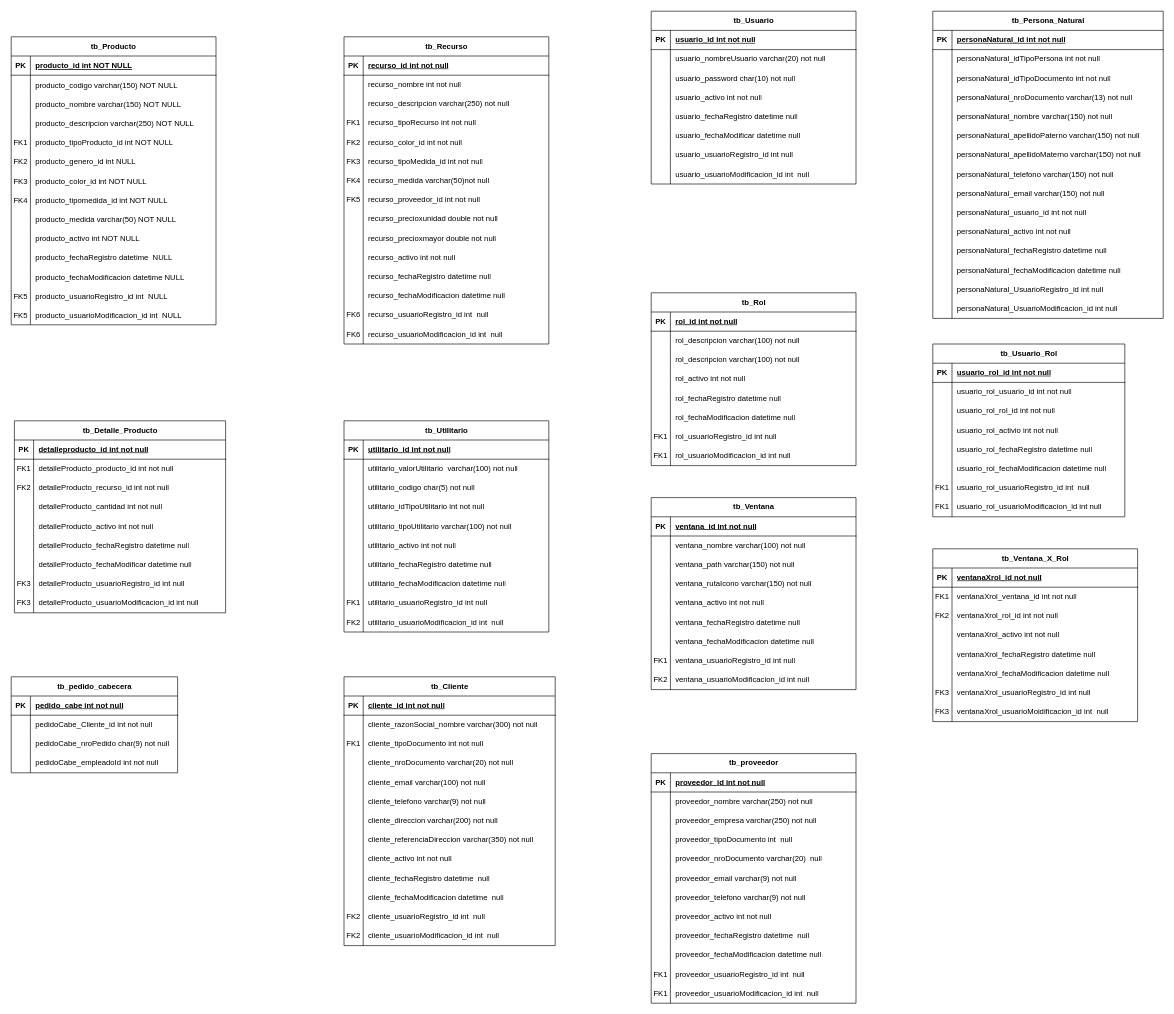
Above: BD/Diagrama_Entidad_Relacion_RAGOSISTVEN.drawio in robertrayco/sistemaVentasRaGo (draw.io), before the change. Source tidied: cells renumbered, new cells numbered last; positions are measured from the earlier drawing's top-left corner, leaving out a move shared by most shapes. Both pictures are drawn from the tidied source at 64%, with x=0, y=0 at pixel (11, 11).
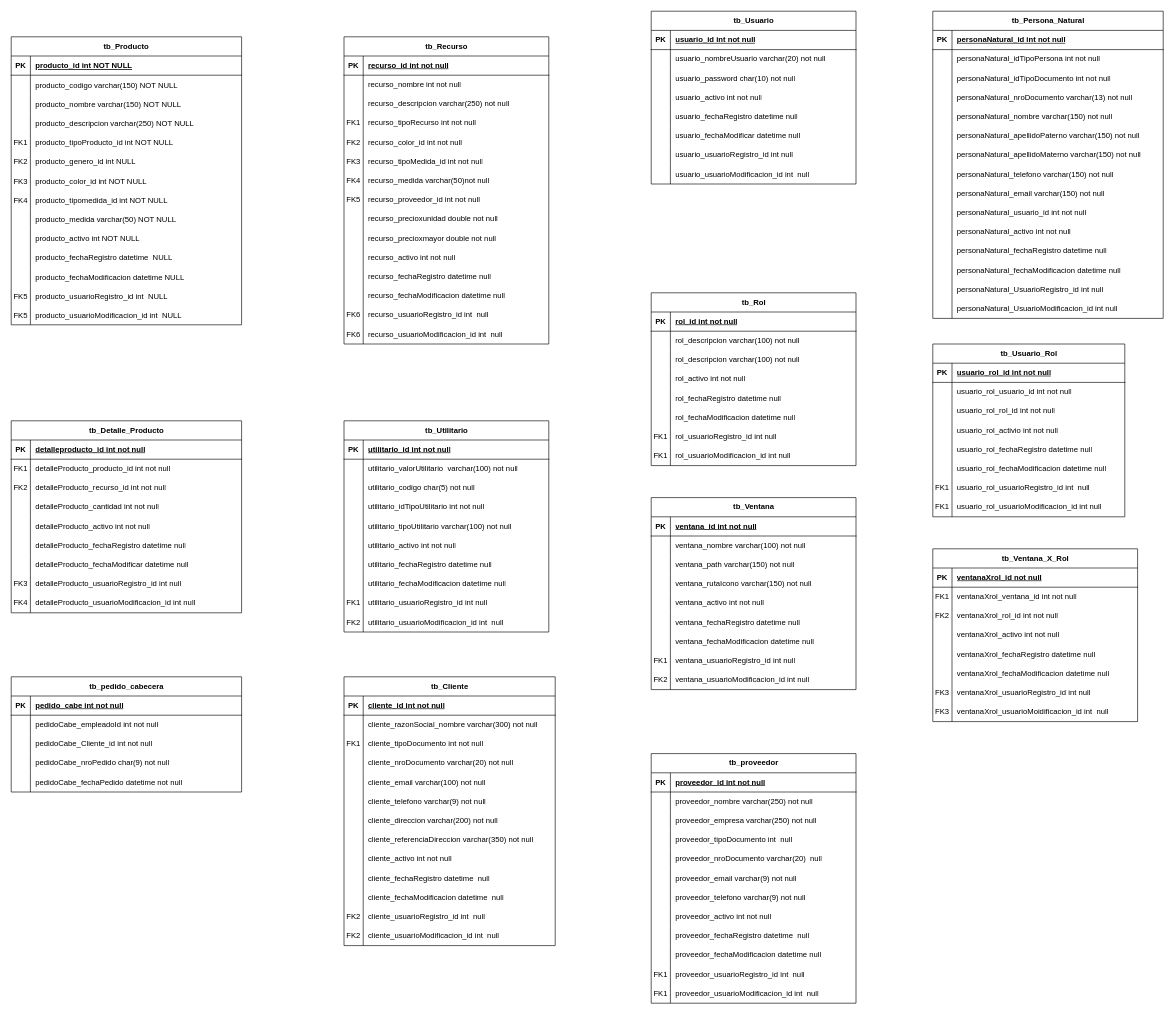
Above is the later version.

Change to the diagram source:
```diff
@@
     <mxCell id="33" value="tb_Producto" style="shape=table;startSize=30;childLayout=tableLayout;rowLines=0;fontStyle=1;align=center;" parent="1" vertex="1">
-      <mxGeometry y="40" width="320" height="450" as="geometry" />
+      <mxGeometry y="40" width="360" height="450" as="geometry" />
     </mxCell>
     <mxCell id="34" style="shape=partialRectangle;fillColor=none;top=0;left=0;right=0;bottom=1;" parent="33" vertex="1">
-      <mxGeometry y="30" width="320" height="30" as="geometry" />
+      <mxGeometry y="30" width="360" height="30" as="geometry" />
     </mxCell>
@@
     <mxCell id="36" value="producto_id int NOT NULL " style="shape=partialRectangle;overflow=hidden;fillColor=none;top=0;left=0;bottom=0;right=0;align=left;spacingLeft=6;fontStyle=5;" parent="34" vertex="1">
-      <mxGeometry x="30" width="290" height="30" as="geometry" />
+      <mxGeometry x="30" width="330" height="30" as="geometry" />
     </mxCell>
     <mxCell id="37" style="shape=partialRectangle;fillColor=none;top=0;left=0;right=0;bottom=0;strokeColor=default;" parent="33" vertex="1">
-      <mxGeometry y="60" width="320" height="30" as="geometry" />
+      <mxGeometry y="60" width="360" height="30" as="geometry" />
     </mxCell>
@@
     <mxCell id="39" value="producto_codigo varchar(150) NOT NULL" style="shape=partialRectangle;overflow=hidden;fillColor=none;top=0;left=0;bottom=0;right=0;align=left;spacingLeft=6;" parent="37" vertex="1">
-      <mxGeometry x="30" width="290" height="30" as="geometry" />
+      <mxGeometry x="30" width="330" height="30" as="geometry" />
     </mxCell>
     <mxCell id="40" style="shape=partialRectangle;fillColor=none;top=0;left=0;right=0;bottom=0;strokeColor=default;" parent="33" vertex="1">
-      <mxGeometry y="90" width="320" height="30" as="geometry" />
+      <mxGeometry y="90" width="360" height="30" as="geometry" />
     </mxCell>
@@
     <mxCell id="42" value="producto_nombre varchar(150) NOT NULL" style="shape=partialRectangle;overflow=hidden;fillColor=none;top=0;left=0;bottom=0;right=0;align=left;spacingLeft=6;" parent="40" vertex="1">
-      <mxGeometry x="30" width="290" height="30" as="geometry" />
+      <mxGeometry x="30" width="330" height="30" as="geometry" />
     </mxCell>
     <mxCell id="43" style="shape=partialRectangle;fillColor=none;top=0;left=0;right=0;bottom=0;strokeColor=default;" parent="33" vertex="1">
-      <mxGeometry y="120" width="320" height="30" as="geometry" />
+      <mxGeometry y="120" width="360" height="30" as="geometry" />
     </mxCell>
@@
     <mxCell id="45" value="producto_descripcion varchar(250) NOT NULL" style="shape=partialRectangle;overflow=hidden;fillColor=none;top=0;left=0;bottom=0;right=0;align=left;spacingLeft=6;" parent="43" vertex="1">
-      <mxGeometry x="30" width="290" height="30" as="geometry" />
+      <mxGeometry x="30" width="330" height="30" as="geometry" />
     </mxCell>
     <mxCell id="46" style="shape=partialRectangle;fillColor=none;top=0;left=0;right=0;bottom=0;strokeColor=default;" parent="33" vertex="1">
-      <mxGeometry y="150" width="320" height="30" as="geometry" />
+      <mxGeometry y="150" width="360" height="30" as="geometry" />
     </mxCell>
@@
     <mxCell id="48" value="producto_tipoProducto_id int NOT NULL" style="shape=partialRectangle;overflow=hidden;fillColor=none;top=0;left=0;bottom=0;right=0;align=left;spacingLeft=6;" parent="46" vertex="1">
-      <mxGeometry x="30" width="290" height="30" as="geometry" />
+      <mxGeometry x="30" width="330" height="30" as="geometry" />
     </mxCell>
     <mxCell id="49" style="shape=partialRectangle;fillColor=none;top=0;left=0;right=0;bottom=0;strokeColor=default;" parent="33" vertex="1">
-      <mxGeometry y="180" width="320" height="30" as="geometry" />
+      <mxGeometry y="180" width="360" height="30" as="geometry" />
     </mxCell>
@@
     <mxCell id="51" value="producto_genero_id int NULL" style="shape=partialRectangle;overflow=hidden;fillColor=none;top=0;left=0;bottom=0;right=0;align=left;spacingLeft=6;" parent="49" vertex="1">
-      <mxGeometry x="30" width="290" height="30" as="geometry" />
+      <mxGeometry x="30" width="330" height="30" as="geometry" />
     </mxCell>
     <mxCell id="52" style="shape=partialRectangle;fillColor=none;top=0;left=0;right=0;bottom=0;strokeColor=default;" parent="33" vertex="1">
-      <mxGeometry y="210" width="320" height="30" as="geometry" />
+      <mxGeometry y="210" width="360" height="30" as="geometry" />
     </mxCell>
@@
     <mxCell id="54" value="producto_color_id int NOT NULL" style="shape=partialRectangle;overflow=hidden;fillColor=none;top=0;left=0;bottom=0;right=0;align=left;spacingLeft=6;" parent="52" vertex="1">
-      <mxGeometry x="30" width="290" height="30" as="geometry" />
+      <mxGeometry x="30" width="330" height="30" as="geometry" />
     </mxCell>
     <mxCell id="55" style="shape=partialRectangle;fillColor=none;top=0;left=0;right=0;bottom=0;strokeColor=default;" parent="33" vertex="1">
-      <mxGeometry y="240" width="320" height="30" as="geometry" />
+      <mxGeometry y="240" width="360" height="30" as="geometry" />
     </mxCell>
@@
     <mxCell id="57" value="producto_tipomedida_id int NOT NULL" style="shape=partialRectangle;overflow=hidden;fillColor=none;top=0;left=0;bottom=0;right=0;align=left;spacingLeft=6;" parent="55" vertex="1">
-      <mxGeometry x="30" width="290" height="30" as="geometry" />
+      <mxGeometry x="30" width="330" height="30" as="geometry" />
     </mxCell>
     <mxCell id="58" style="shape=partialRectangle;fillColor=none;top=0;left=0;right=0;bottom=0;strokeColor=default;" parent="33" vertex="1">
-      <mxGeometry y="270" width="320" height="30" as="geometry" />
+      <mxGeometry y="270" width="360" height="30" as="geometry" />
     </mxCell>
@@
     <mxCell id="60" value="producto_medida varchar(50) NOT NULL" style="shape=partialRectangle;overflow=hidden;fillColor=none;top=0;left=0;bottom=0;right=0;align=left;spacingLeft=6;" parent="58" vertex="1">
-      <mxGeometry x="30" width="290" height="30" as="geometry" />
+      <mxGeometry x="30" width="330" height="30" as="geometry" />
     </mxCell>
     <mxCell id="61" style="shape=partialRectangle;fillColor=none;top=0;left=0;right=0;bottom=0;strokeColor=default;" parent="33" vertex="1">
-      <mxGeometry y="300" width="320" height="30" as="geometry" />
+      <mxGeometry y="300" width="360" height="30" as="geometry" />
     </mxCell>
@@
     <mxCell id="63" value="producto_activo int NOT NULL" style="shape=partialRectangle;overflow=hidden;fillColor=none;top=0;left=0;bottom=0;right=0;align=left;spacingLeft=6;" parent="61" vertex="1">
-      <mxGeometry x="30" width="290" height="30" as="geometry" />
+      <mxGeometry x="30" width="330" height="30" as="geometry" />
     </mxCell>
     <mxCell id="64" style="shape=partialRectangle;fillColor=none;top=0;left=0;right=0;bottom=0;strokeColor=default;" parent="33" vertex="1">
-      <mxGeometry y="330" width="320" height="30" as="geometry" />
+      <mxGeometry y="330" width="360" height="30" as="geometry" />
     </mxCell>
@@
     <mxCell id="66" value="producto_fechaRegistro datetime  NULL" style="shape=partialRectangle;overflow=hidden;fillColor=none;top=0;left=0;bottom=0;right=0;align=left;spacingLeft=6;" parent="64" vertex="1">
-      <mxGeometry x="30" width="290" height="30" as="geometry" />
+      <mxGeometry x="30" width="330" height="30" as="geometry" />
     </mxCell>
     <mxCell id="67" style="shape=partialRectangle;fillColor=none;top=0;left=0;right=0;bottom=0;strokeColor=default;" parent="33" vertex="1">
-      <mxGeometry y="360" width="320" height="30" as="geometry" />
+      <mxGeometry y="360" width="360" height="30" as="geometry" />
     </mxCell>
@@
     <mxCell id="69" value="producto_fechaModificacion datetime NULL" style="shape=partialRectangle;overflow=hidden;fillColor=none;top=0;left=0;bottom=0;right=0;align=left;spacingLeft=6;" parent="67" vertex="1">
-      <mxGeometry x="30" width="290" height="30" as="geometry" />
+      <mxGeometry x="30" width="330" height="30" as="geometry" />
     </mxCell>
     <mxCell id="70" style="shape=partialRectangle;fillColor=none;top=0;left=0;right=0;bottom=0;strokeColor=default;" parent="33" vertex="1">
-      <mxGeometry y="390" width="320" height="30" as="geometry" />
+      <mxGeometry y="390" width="360" height="30" as="geometry" />
     </mxCell>
@@
     <mxCell id="72" value="producto_usuarioRegistro_id int  NULL" style="shape=partialRectangle;overflow=hidden;fillColor=none;top=0;left=0;bottom=0;right=0;align=left;spacingLeft=6;" parent="70" vertex="1">
-      <mxGeometry x="30" width="290" height="30" as="geometry" />
+      <mxGeometry x="30" width="330" height="30" as="geometry" />
     </mxCell>
     <mxCell id="73" style="shape=partialRectangle;fillColor=none;top=0;left=0;right=0;bottom=0;strokeColor=default;" parent="33" vertex="1">
-      <mxGeometry y="420" width="320" height="30" as="geometry" />
+      <mxGeometry y="420" width="360" height="30" as="geometry" />
     </mxCell>
@@
     <mxCell id="75" value="producto_usuarioModificacion_id int  NULL" style="shape=partialRectangle;overflow=hidden;fillColor=none;top=0;left=0;bottom=0;right=0;align=left;spacingLeft=6;" parent="73" vertex="1">
-      <mxGeometry x="30" width="290" height="30" as="geometry" />
+      <mxGeometry x="30" width="330" height="30" as="geometry" />
     </mxCell>
     <mxCell id="76" value="tb_Detalle_Producto" style="shape=table;startSize=30;childLayout=tableLayout;rowLines=0;fontStyle=1;align=center;html=1;" parent="1" vertex="1">
-      <mxGeometry x="5" y="640" width="330" height="300" as="geometry" />
+      <mxGeometry y="640" width="360" height="300" as="geometry" />
     </mxCell>
     <mxCell id="77" style="shape=tableRow;horizontal=0;startSize=0;swimlaneHead=0;swimlaneBody=0;fillColor=none;top=0;left=0;right=0;bottom=1;" parent="76" vertex="1">
-      <mxGeometry y="30" width="330" height="30" as="geometry" />
+      <mxGeometry y="30" width="360" height="30" as="geometry" />
     </mxCell>
@@
     <mxCell id="79" value="detalleproducto_id int not null" style="shape=partialRectangle;fillColor=none;top=0;left=0;bottom=0;right=0;align=left;spacingLeft=6;fontStyle=5;overflow=hidden;whiteSpace=wrap;html=1;" parent="77" vertex="1">
-      <mxGeometry x="30" width="300" height="30" as="geometry" />
+      <mxGeometry x="30" width="330" height="30" as="geometry" />
     </mxCell>
     <mxCell id="80" style="shape=tableRow;horizontal=0;startSize=0;swimlaneHead=0;swimlaneBody=0;fillColor=none;top=0;left=0;right=0;bottom=0;" parent="76" vertex="1">
-      <mxGeometry y="60" width="330" height="30" as="geometry" />
+      <mxGeometry y="60" width="360" height="30" as="geometry" />
     </mxCell>
@@
     <mxCell id="82" value="detalleProducto_producto_id int not null" style="shape=partialRectangle;fillColor=none;top=0;left=0;bottom=0;right=0;align=left;spacingLeft=6;overflow=hidden;whiteSpace=wrap;html=1;" parent="80" vertex="1">
-      <mxGeometry x="30" width="300" height="30" as="geometry" />
+      <mxGeometry x="30" width="330" height="30" as="geometry" />
     </mxCell>
     <mxCell id="83" style="shape=tableRow;horizontal=0;startSize=0;swimlaneHead=0;swimlaneBody=0;fillColor=none;top=0;left=0;right=0;bottom=0;" parent="76" vertex="1">
-      <mxGeometry y="90" width="330" height="30" as="geometry" />
+      <mxGeometry y="90" width="360" height="30" as="geometry" />
     </mxCell>
@@
     <mxCell id="85" value="detalleProducto_recurso_id int not null" style="shape=partialRectangle;fillColor=none;top=0;left=0;bottom=0;right=0;align=left;spacingLeft=6;overflow=hidden;whiteSpace=wrap;html=1;" parent="83" vertex="1">
-      <mxGeometry x="30" width="300" height="30" as="geometry" />
+      <mxGeometry x="30" width="330" height="30" as="geometry" />
     </mxCell>
     <mxCell id="86" style="shape=tableRow;horizontal=0;startSize=0;swimlaneHead=0;swimlaneBody=0;fillColor=none;top=0;left=0;right=0;bottom=0;" parent="76" vertex="1">
-      <mxGeometry y="120" width="330" height="30" as="geometry" />
+      <mxGeometry y="120" width="360" height="30" as="geometry" />
     </mxCell>
@@
     <mxCell id="88" value="detalleProducto_cantidad int not null" style="shape=partialRectangle;fillColor=none;top=0;left=0;bottom=0;right=0;align=left;spacingLeft=6;overflow=hidden;whiteSpace=wrap;html=1;" parent="86" vertex="1">
-      <mxGeometry x="30" width="300" height="30" as="geometry" />
+      <mxGeometry x="30" width="330" height="30" as="geometry" />
     </mxCell>
     <mxCell id="89" style="shape=tableRow;horizontal=0;startSize=0;swimlaneHead=0;swimlaneBody=0;fillColor=none;top=0;left=0;right=0;bottom=0;" parent="76" vertex="1">
-      <mxGeometry y="150" width="330" height="30" as="geometry" />
+      <mxGeometry y="150" width="360" height="30" as="geometry" />
     </mxCell>
@@
     <mxCell id="91" value="detalleProducto_activo int not null" style="shape=partialRectangle;fillColor=none;top=0;left=0;bottom=0;right=0;align=left;spacingLeft=6;overflow=hidden;whiteSpace=wrap;html=1;" parent="89" vertex="1">
-      <mxGeometry x="30" width="300" height="30" as="geometry" />
+      <mxGeometry x="30" width="330" height="30" as="geometry" />
     </mxCell>
     <mxCell id="92" style="shape=tableRow;horizontal=0;startSize=0;swimlaneHead=0;swimlaneBody=0;fillColor=none;top=0;left=0;right=0;bottom=0;" parent="76" vertex="1">
-      <mxGeometry y="180" width="330" height="30" as="geometry" />
+      <mxGeometry y="180" width="360" height="30" as="geometry" />
     </mxCell>
@@
     <mxCell id="94" value="detalleProducto_fechaRegistro datetime null" style="shape=partialRectangle;fillColor=none;top=0;left=0;bottom=0;right=0;align=left;spacingLeft=6;overflow=hidden;whiteSpace=wrap;html=1;" parent="92" vertex="1">
-      <mxGeometry x="30" width="300" height="30" as="geometry" />
+      <mxGeometry x="30" width="330" height="30" as="geometry" />
     </mxCell>
     <mxCell id="95" style="shape=tableRow;horizontal=0;startSize=0;swimlaneHead=0;swimlaneBody=0;fillColor=none;top=0;left=0;right=0;bottom=0;" parent="76" vertex="1">
-      <mxGeometry y="210" width="330" height="30" as="geometry" />
+      <mxGeometry y="210" width="360" height="30" as="geometry" />
     </mxCell>
@@
     <mxCell id="97" value="detalleProducto_fechaModificar datetime null" style="shape=partialRectangle;fillColor=none;top=0;left=0;bottom=0;right=0;align=left;spacingLeft=6;overflow=hidden;whiteSpace=wrap;html=1;" parent="95" vertex="1">
-      <mxGeometry x="30" width="300" height="30" as="geometry" />
+      <mxGeometry x="30" width="330" height="30" as="geometry" />
     </mxCell>
     <mxCell id="98" style="shape=tableRow;horizontal=0;startSize=0;swimlaneHead=0;swimlaneBody=0;fillColor=none;top=0;left=0;right=0;bottom=0;" parent="76" vertex="1">
-      <mxGeometry y="240" width="330" height="30" as="geometry" />
+      <mxGeometry y="240" width="360" height="30" as="geometry" />
     </mxCell>
@@
     <mxCell id="100" value="detalleProducto_usuarioRegistro_id int null" style="shape=partialRectangle;fillColor=none;top=0;left=0;bottom=0;right=0;align=left;spacingLeft=6;overflow=hidden;whiteSpace=wrap;html=1;" parent="98" vertex="1">
-      <mxGeometry x="30" width="300" height="30" as="geometry" />
+      <mxGeometry x="30" width="330" height="30" as="geometry" />
     </mxCell>
     <mxCell id="101" style="shape=tableRow;horizontal=0;startSize=0;swimlaneHead=0;swimlaneBody=0;fillColor=none;top=0;left=0;right=0;bottom=0;" parent="76" vertex="1">
-      <mxGeometry y="270" width="330" height="30" as="geometry" />
+      <mxGeometry y="270" width="360" height="30" as="geometry" />
     </mxCell>
-    <mxCell id="102" value="FK3" style="shape=partialRectangle;fillColor=none;top=0;left=0;bottom=0;right=0;overflow=hidden;whiteSpace=wrap;html=1;" parent="101" vertex="1">
+    <mxCell id="102" value="FK4" style="shape=partialRectangle;fillColor=none;top=0;left=0;bottom=0;right=0;overflow=hidden;whiteSpace=wrap;html=1;" parent="101" vertex="1">
       <mxGeometry width="30" height="30" as="geometry" />
     </mxCell>
     <mxCell id="103" value="detalleProducto_usuarioModificacion_id int null" style="shape=partialRectangle;fillColor=none;top=0;left=0;bottom=0;right=0;align=left;spacingLeft=6;overflow=hidden;whiteSpace=wrap;html=1;" parent="101" vertex="1">
-      <mxGeometry x="30" width="300" height="30" as="geometry" />
+      <mxGeometry x="30" width="330" height="30" as="geometry" />
     </mxCell>
@@
     <mxCell id="278" value="tb_pedido_cabecera" style="shape=table;startSize=30;childLayout=tableLayout;rowLines=0;fontStyle=1;align=center;html=1;" parent="1" vertex="1">
-      <mxGeometry y="1040" width="260" height="150" as="geometry" />
+      <mxGeometry y="1040" width="360" height="180" as="geometry" />
     </mxCell>
     <mxCell id="279" style="shape=tableRow;horizontal=0;startSize=0;swimlaneHead=0;swimlaneBody=0;fillColor=none;top=0;left=0;right=0;bottom=1;" parent="278" vertex="1">
-      <mxGeometry y="30" width="260" height="30" as="geometry" />
+      <mxGeometry y="30" width="360" height="30" as="geometry" />
     </mxCell>
@@
     <mxCell id="281" value="pedido_cabe int not null" style="shape=partialRectangle;fillColor=none;top=0;left=0;bottom=0;right=0;align=left;spacingLeft=6;fontStyle=5;overflow=hidden;whiteSpace=wrap;html=1;" parent="279" vertex="1">
-      <mxGeometry x="30" width="230" height="30" as="geometry" />
+      <mxGeometry x="30" width="330" height="30" as="geometry" />
     </mxCell>
+    <mxCell id="288" style="shape=tableRow;horizontal=0;startSize=0;swimlaneHead=0;swimlaneBody=0;fillColor=none;top=0;left=0;right=0;bottom=0;" parent="278" vertex="1">
+      <mxGeometry y="60" width="360" height="30" as="geometry" />
+    </mxCell>
+    <mxCell id="289" style="shape=partialRectangle;fillColor=none;top=0;left=0;bottom=0;right=0;overflow=hidden;whiteSpace=wrap;html=1;" parent="288" vertex="1">
+      <mxGeometry width="30" height="30" as="geometry" />
+    </mxCell>
+    <mxCell id="290" value="pedidoCabe_empleadoId int not null" style="shape=partialRectangle;fillColor=none;top=0;left=0;bottom=0;right=0;align=left;spacingLeft=6;overflow=hidden;whiteSpace=wrap;html=1;" parent="288" vertex="1">
+      <mxGeometry x="30" width="330" height="30" as="geometry" />
+    </mxCell>
     <mxCell id="282" style="shape=tableRow;horizontal=0;startSize=0;swimlaneHead=0;swimlaneBody=0;fillColor=none;top=0;left=0;right=0;bottom=0;" parent="278" vertex="1">
-      <mxGeometry y="60" width="260" height="30" as="geometry" />
+      <mxGeometry y="90" width="360" height="30" as="geometry" />
     </mxCell>
@@
     <mxCell id="284" value="pedidoCabe_Cliente_id int not null" style="shape=partialRectangle;fillColor=none;top=0;left=0;bottom=0;right=0;align=left;spacingLeft=6;overflow=hidden;whiteSpace=wrap;html=1;" parent="282" vertex="1">
-      <mxGeometry x="30" width="230" height="30" as="geometry" />
+      <mxGeometry x="30" width="330" height="30" as="geometry" />
     </mxCell>
     <mxCell id="285" style="shape=tableRow;horizontal=0;startSize=0;swimlaneHead=0;swimlaneBody=0;fillColor=none;top=0;left=0;right=0;bottom=0;" parent="278" vertex="1">
-      <mxGeometry y="90" width="260" height="30" as="geometry" />
+      <mxGeometry y="120" width="360" height="30" as="geometry" />
     </mxCell>
@@
     <mxCell id="287" value="pedidoCabe_nroPedido char(9) not null" style="shape=partialRectangle;fillColor=none;top=0;left=0;bottom=0;right=0;align=left;spacingLeft=6;overflow=hidden;whiteSpace=wrap;html=1;" parent="285" vertex="1">
-      <mxGeometry x="30" width="230" height="30" as="geometry" />
+      <mxGeometry x="30" width="330" height="30" as="geometry" />
     </mxCell>
-    <mxCell id="288" style="shape=tableRow;horizontal=0;startSize=0;swimlaneHead=0;swimlaneBody=0;fillColor=none;top=0;left=0;right=0;bottom=0;" parent="278" vertex="1">
-      <mxGeometry y="120" width="260" height="30" as="geometry" />
-    </mxCell>
-    <mxCell id="289" style="shape=partialRectangle;fillColor=none;top=0;left=0;bottom=0;right=0;overflow=hidden;whiteSpace=wrap;html=1;" parent="288" vertex="1">
-      <mxGeometry width="30" height="30" as="geometry" />
-    </mxCell>
-    <mxCell id="290" value="pedidoCabe_empleadoId int not null" style="shape=partialRectangle;fillColor=none;top=0;left=0;bottom=0;right=0;align=left;spacingLeft=6;overflow=hidden;whiteSpace=wrap;html=1;" parent="288" vertex="1">
-      <mxGeometry x="30" width="230" height="30" as="geometry" />
-    </mxCell>
+    <mxCell id="414" style="shape=tableRow;horizontal=0;startSize=0;swimlaneHead=0;swimlaneBody=0;fillColor=none;top=0;left=0;right=0;bottom=0;" parent="278" vertex="1">
+      <mxGeometry y="150" width="360" height="30" as="geometry" />
+    </mxCell>
+    <mxCell id="415" style="shape=partialRectangle;fillColor=none;top=0;left=0;bottom=0;right=0;overflow=hidden;whiteSpace=wrap;html=1;" parent="414" vertex="1">
+      <mxGeometry width="30" height="30" as="geometry" />
+    </mxCell>
+    <mxCell id="416" value="pedidoCabe_fechaPedido datetime not null" style="shape=partialRectangle;fillColor=none;top=0;left=0;bottom=0;right=0;align=left;spacingLeft=6;overflow=hidden;whiteSpace=wrap;html=1;" parent="414" vertex="1">
+      <mxGeometry x="30" width="330" height="30" as="geometry" />
+    </mxCell>
```
